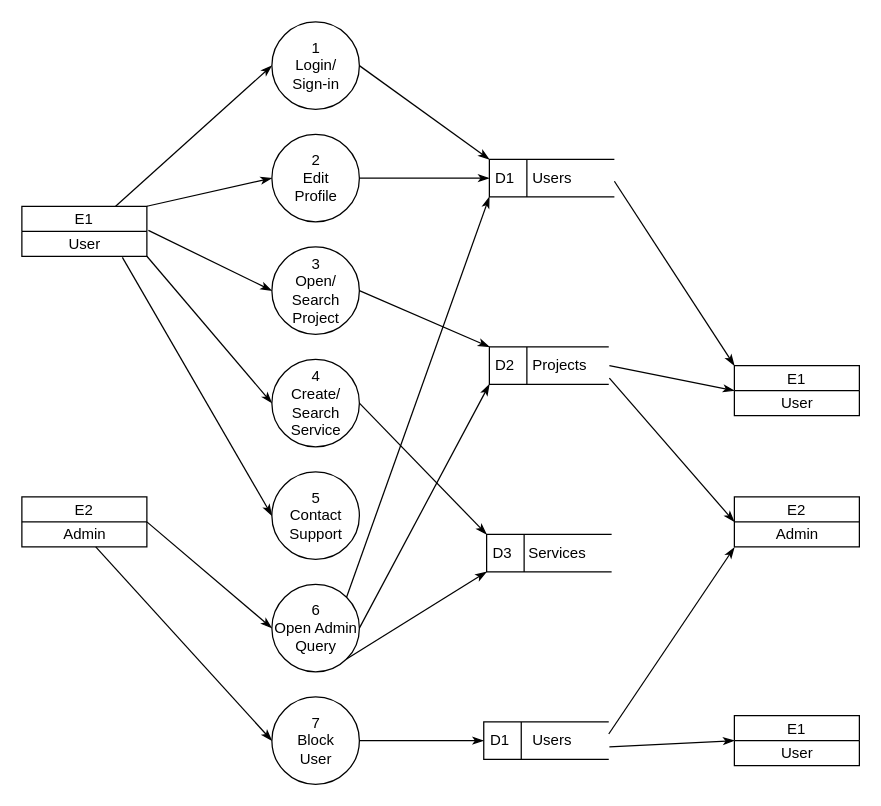
Before: page "DFD" (1 of 4) of SAD Sequence Diagrams.drawio in Itaybarbar/myProject, a draw.io diagram. Source tidied: cells renumbered, new cells numbered last; positions are measured from the earlier drawing's top-left corner, leaving out a move shared by most shapes. Both pictures are drawn from the tidied source at 125%, with x=0, y=0 at pixel (21, 21).
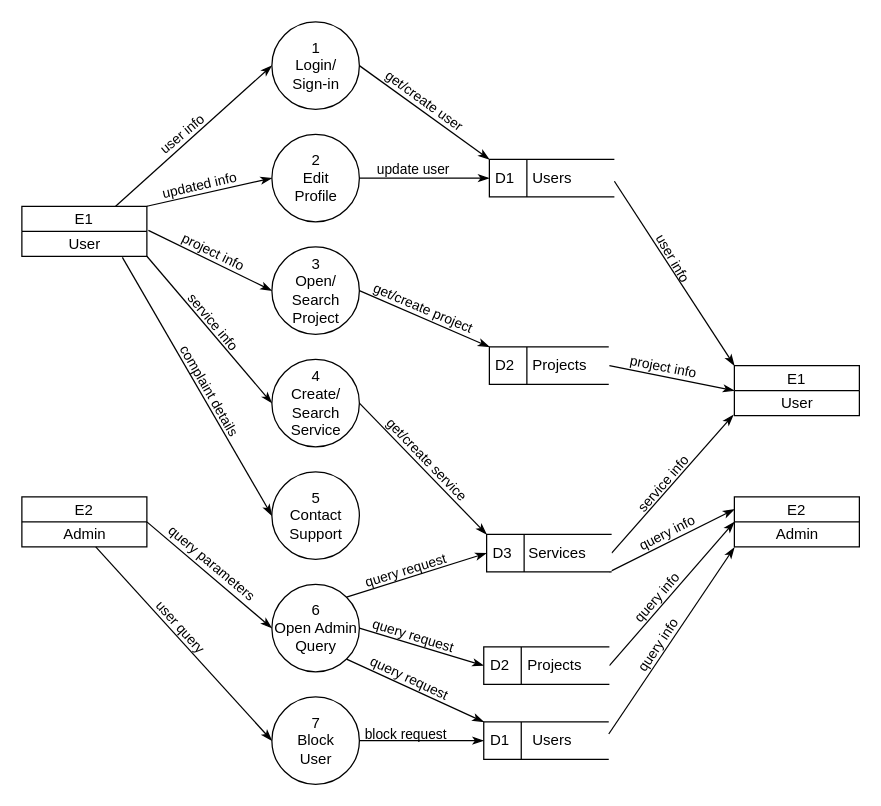
Above is the later version.

The change refers to these unchanged cells:
```xml
<mxCell id="2" value="D1" style="html=1;dashed=0;whitespace=wrap;shape=mxgraph.dfd.dataStoreID;align=left;spacingLeft=3;points=[[0,0],[0.5,0],[1,0],[0,0.5],[1,0.5],[0,1],[0.5,1],[1,1]];" parent="1" vertex="1">
  <mxGeometry x="374" y="110" width="100" height="30" as="geometry" />
</mxCell>
<mxCell id="3" value="D2" style="html=1;dashed=0;whitespace=wrap;shape=mxgraph.dfd.dataStoreID;align=left;spacingLeft=3;points=[[0,0],[0.5,0],[1,0],[0,0.5],[1,0.5],[0,1],[0.5,1],[1,1]];" parent="1" vertex="1">
  <mxGeometry x="374" y="260" width="95.5" height="30" as="geometry" />
</mxCell>
<mxCell id="4" value="D3" style="html=1;dashed=0;whitespace=wrap;shape=mxgraph.dfd.dataStoreID;align=left;spacingLeft=3;points=[[0,0],[0.5,0],[1,0],[0,0.5],[1,0.5],[0,1],[0.5,1],[1,1]];" parent="1" vertex="1">
  <mxGeometry x="371.8" y="410" width="100" height="30" as="geometry" />
</mxCell>
<mxCell id="16" value="6&lt;br&gt;Open Admin &lt;br&gt;Query" style="shape=ellipse;html=1;dashed=0;whitespace=wrap;perimeter=ellipsePerimeter;" parent="1" vertex="1">
  <mxGeometry x="200" y="450" width="70" height="70" as="geometry" />
</mxCell>
<mxCell id="19" value="User" style="text;html=1;align=center;verticalAlign=middle;points=[];strokeColor=none;fillColor=none;" parent="18" vertex="1">
  <mxGeometry y="20" width="100" height="20" as="geometry" />
</mxCell>
<mxCell id="20" value="E2" style="swimlane;fontStyle=0;horizontal=1;startSize=20;fillColor=#ffffff;swimlaneFillColor=#ffffff;" parent="1" vertex="1">
  <mxGeometry x="570" y="380" width="100" height="40" as="geometry" />
</mxCell>
<mxCell id="23" style="endArrow=classicThin;html=1;rounded=0;labelBackgroundColor=none;endSize=6;endFill=1;jumpSize=6;exitX=0.75;exitY=0;exitDx=0;exitDy=0;entryX=0;entryY=0.5;entryDx=0;entryDy=0;" parent="1" edge="1" source="5" target="9">
  <mxGeometry relative="1" as="geometry" />
</mxCell>
<mxCell id="36" value="D1" style="html=1;dashed=0;whitespace=wrap;shape=mxgraph.dfd.dataStoreID;align=left;spacingLeft=3;points=[[0,0],[0.5,0],[1,0],[0,0.5],[1,0.5],[0,1],[0.5,1],[1,1]];" parent="1" vertex="1">
  <mxGeometry x="369.5" y="560" width="100" height="30" as="geometry" />
</mxCell>
```

What changed in the source:
```diff
@@
+    <mxCell id="47" style="rounded=0;orthogonalLoop=1;jettySize=auto;html=1;fontSize=11;labelBackgroundColor=none;endArrow=classicThin;endSize=6;endFill=1;" parent="1" edge="1">
+      <mxGeometry relative="1" as="geometry">
+        <mxPoint x="470" y="440" as="sourcePoint" />
+        <mxPoint x="570" y="390" as="targetPoint" />
+      </mxGeometry>
+    </mxCell>
+    <mxCell id="48" style="edgeStyle=none;rounded=0;jettySize=auto;html=1;exitX=1;exitY=0.5;exitDx=0;exitDy=0;entryX=-0.008;entryY=0.97;entryDx=0;entryDy=0;entryPerimeter=0;fontSize=11;labelBackgroundColor=none;endArrow=classicThin;endSize=6;endFill=1;" parent="1" edge="1" source="4" target="19">
+      <mxGeometry relative="1" as="geometry" />
+    </mxCell>
@@
+    <mxCell id="49" value="user info" style="edgeLabel;html=1;align=center;verticalAlign=middle;rotation=-40;labelBackgroundColor=none;" parent="23" vertex="1">
+      <mxGeometry x="-0.18" y="-2" relative="1" as="geometry">
+        <mxPoint y="-13" as="offset" />
+      </mxGeometry>
+    </mxCell>
@@
-    <mxCell id="34" value="E1" style="swimlane;fontStyle=0;horizontal=1;startSize=20;fillColor=#ffffff;swimlaneFillColor=#ffffff;" parent="1" vertex="1">
-      <mxGeometry x="570" y="555" width="100" height="40" as="geometry" />
-    </mxCell>
-    <mxCell id="35" value="User" style="text;html=1;align=center;verticalAlign=middle;strokeColor=none;fillColor=none;" parent="34" vertex="1">
-      <mxGeometry y="20" width="100" height="20" as="geometry" />
-    </mxCell>
@@
-    <mxCell id="39" style="endArrow=classicThin;html=1;rounded=0;labelBackgroundColor=none;endSize=6;endFill=1;jumpSize=6;entryX=0;entryY=0.5;entryDx=0;entryDy=0;" parent="1" edge="1" target="34">
-      <mxGeometry relative="1" as="geometry">
-        <mxPoint x="470" y="580" as="sourcePoint" />
-      </mxGeometry>
-    </mxCell>
-    <mxCell id="40" style="endArrow=classicThin;html=1;rounded=0;labelBackgroundColor=none;endSize=6;endFill=1;jumpSize=6;entryX=0;entryY=1;entryDx=0;entryDy=0;exitX=1;exitY=1;exitDx=0;exitDy=0;" parent="1" edge="1" source="16" target="4">
+    <mxCell id="40" style="endArrow=classicThin;html=1;rounded=0;labelBackgroundColor=none;endSize=6;endFill=1;jumpSize=6;entryX=0;entryY=0;entryDx=0;entryDy=0;exitX=1;exitY=1;exitDx=0;exitDy=0;" parent="1" edge="1" source="16" target="36">
       <mxGeometry relative="1" as="geometry" />
     </mxCell>
-    <mxCell id="41" style="endArrow=classicThin;html=1;rounded=0;labelBackgroundColor=none;endSize=6;endFill=1;jumpSize=6;entryX=0;entryY=1;entryDx=0;entryDy=0;exitX=1;exitY=0.5;exitDx=0;exitDy=0;" parent="1" edge="1" source="16" target="3">
+    <mxCell id="41" style="endArrow=classicThin;html=1;rounded=0;labelBackgroundColor=none;endSize=6;endFill=1;jumpSize=6;entryX=0;entryY=0.5;entryDx=0;entryDy=0;exitX=1;exitY=0.5;exitDx=0;exitDy=0;" parent="1" edge="1" source="16" target="59">
       <mxGeometry relative="1" as="geometry" />
     </mxCell>
-    <mxCell id="42" style="endArrow=classicThin;html=1;rounded=0;labelBackgroundColor=none;endSize=6;endFill=1;jumpSize=6;entryX=0;entryY=1;entryDx=0;entryDy=0;exitX=1;exitY=0;exitDx=0;exitDy=0;" parent="1" edge="1" source="16" target="2">
+    <mxCell id="42" style="endArrow=classicThin;html=1;rounded=0;labelBackgroundColor=none;endSize=6;endFill=1;jumpSize=6;entryX=0;entryY=0.5;entryDx=0;entryDy=0;exitX=1;exitY=0;exitDx=0;exitDy=0;" parent="1" edge="1" source="16" target="4">
       <mxGeometry relative="1" as="geometry" />
     </mxCell>
@@
-    <mxCell id="44" style="endArrow=classicThin;html=1;rounded=0;labelBackgroundColor=none;endSize=6;endFill=1;jumpSize=6;entryX=0;entryY=0.5;entryDx=0;entryDy=0;" parent="1" edge="1" target="20">
-      <mxGeometry relative="1" as="geometry">
-        <mxPoint x="470" y="285" as="sourcePoint" />
-      </mxGeometry>
+    <mxCell id="44" style="endArrow=classicThin;html=1;rounded=0;labelBackgroundColor=none;endSize=6;endFill=1;jumpSize=6;entryX=0;entryY=0.5;entryDx=0;entryDy=0;exitX=1;exitY=0.5;exitDx=0;exitDy=0;" parent="1" edge="1" source="59" target="20">
+      <mxGeometry relative="1" as="geometry" />
     </mxCell>
@@
+    <mxCell id="50" value="updated info" style="text;html=1;align=center;verticalAlign=middle;strokeColor=none;fillColor=none;fontSize=11;rotation=347;" parent="1" vertex="1">
+      <mxGeometry x="102" y="121" width="80" height="20" as="geometry" />
+    </mxCell>
+    <mxCell id="51" value="project info" style="text;html=1;align=center;verticalAlign=middle;strokeColor=none;fillColor=none;fontSize=11;rotation=26;" parent="1" vertex="1">
+      <mxGeometry x="118" y="174" width="70" height="20" as="geometry" />
+    </mxCell>
+    <mxCell id="52" value="service info" style="text;html=1;align=center;verticalAlign=middle;strokeColor=none;fillColor=none;fontSize=11;rotation=50;" parent="1" vertex="1">
+      <mxGeometry x="118" y="230" width="70" height="20" as="geometry" />
+    </mxCell>
+    <mxCell id="53" value="complaint details" style="text;html=1;align=center;verticalAlign=middle;strokeColor=none;fillColor=none;fontSize=11;rotation=60;" parent="1" vertex="1">
+      <mxGeometry x="100" y="285" width="100" height="20" as="geometry" />
+    </mxCell>
+    <mxCell id="54" value="query parameters" style="text;html=1;align=center;verticalAlign=middle;strokeColor=none;fillColor=none;fontSize=11;rotation=40;" parent="1" vertex="1">
+      <mxGeometry x="102" y="423" width="100" height="20" as="geometry" />
+    </mxCell>
+    <mxCell id="55" value="user query" style="text;html=1;align=center;verticalAlign=middle;strokeColor=none;fillColor=none;fontSize=11;rotation=48;" parent="1" vertex="1">
+      <mxGeometry x="92" y="474" width="70" height="20" as="geometry" />
+    </mxCell>
+    <mxCell id="56" value="get/create user" style="text;html=1;align=center;verticalAlign=middle;strokeColor=none;fillColor=none;fontSize=11;rotation=36;" parent="1" vertex="1">
+      <mxGeometry x="277" y="53" width="90" height="20" as="geometry" />
+    </mxCell>
+    <mxCell id="57" value="update user" style="text;html=1;align=center;verticalAlign=middle;strokeColor=none;fillColor=none;fontSize=11;" parent="1" vertex="1">
+      <mxGeometry x="278" y="108" width="70" height="20" as="geometry" />
+    </mxCell>
+    <mxCell id="58" value="get/create project" style="text;html=1;align=center;verticalAlign=middle;strokeColor=none;fillColor=none;fontSize=11;rotation=23;" parent="1" vertex="1">
+      <mxGeometry x="271" y="219" width="100" height="20" as="geometry" />
+    </mxCell>
+    <mxCell id="59" value="D2" style="html=1;dashed=0;whitespace=wrap;shape=mxgraph.dfd.dataStoreID;align=left;spacingLeft=3;points=[[0,0],[0.5,0],[1,0],[0,0.5],[1,0.5],[0,1],[0.5,1],[1,1]];" parent="1" vertex="1">
+      <mxGeometry x="369.5" y="500" width="100.5" height="30" as="geometry" />
+    </mxCell>
+    <mxCell id="60" value="Projects" style="text;html=1;align=center;verticalAlign=middle;strokeColor=none;fillColor=none;" parent="1" vertex="1">
+      <mxGeometry x="395.5" y="505" width="60" height="20" as="geometry" />
+    </mxCell>
+    <mxCell id="61" value="get/create service" style="text;html=1;align=center;verticalAlign=middle;strokeColor=none;fillColor=none;fontSize=11;rotation=46;" parent="1" vertex="1">
+      <mxGeometry x="274" y="340" width="100" height="20" as="geometry" />
+    </mxCell>
+    <mxCell id="62" value="query request" style="text;html=1;align=center;verticalAlign=middle;strokeColor=none;fillColor=none;fontSize=11;rotation=343;" parent="1" vertex="1">
+      <mxGeometry x="267" y="429" width="80" height="20" as="geometry" />
+    </mxCell>
+    <mxCell id="63" value="query request" style="text;html=1;align=center;verticalAlign=middle;strokeColor=none;fillColor=none;fontSize=11;rotation=17;" parent="1" vertex="1">
+      <mxGeometry x="273" y="481" width="80" height="20" as="geometry" />
+    </mxCell>
+    <mxCell id="64" value="query request" style="text;html=1;align=center;verticalAlign=middle;strokeColor=none;fillColor=none;fontSize=11;rotation=25;" parent="1" vertex="1">
+      <mxGeometry x="270" y="515" width="80" height="20" as="geometry" />
+    </mxCell>
+    <mxCell id="65" value="block request" style="text;html=1;align=center;verticalAlign=middle;strokeColor=none;fillColor=none;fontSize=11;" parent="1" vertex="1">
+      <mxGeometry x="267" y="560" width="80" height="20" as="geometry" />
+    </mxCell>
+    <mxCell id="66" value="query info" style="text;html=1;align=center;verticalAlign=middle;strokeColor=none;fillColor=none;fontSize=11;rotation=333;" parent="1" vertex="1">
+      <mxGeometry x="486" y="399" width="60" height="20" as="geometry" />
+    </mxCell>
+    <mxCell id="67" value="query info" style="text;html=1;align=center;verticalAlign=middle;strokeColor=none;fillColor=none;fontSize=11;rotation=311;" parent="1" vertex="1">
+      <mxGeometry x="478" y="451" width="60" height="20" as="geometry" />
+    </mxCell>
+    <mxCell id="68" value="query info" style="text;html=1;align=center;verticalAlign=middle;strokeColor=none;fillColor=none;fontSize=11;rotation=304;" parent="1" vertex="1">
+      <mxGeometry x="479" y="489" width="60" height="20" as="geometry" />
+    </mxCell>
+    <mxCell id="69" value="user info" style="text;html=1;align=center;verticalAlign=middle;strokeColor=none;fillColor=none;fontSize=11;rotation=60;" parent="1" vertex="1">
+      <mxGeometry x="491" y="179" width="60" height="20" as="geometry" />
+    </mxCell>
+    <mxCell id="70" value="project info" style="text;html=1;align=center;verticalAlign=middle;strokeColor=none;fillColor=none;fontSize=11;rotation=11;" parent="1" vertex="1">
+      <mxGeometry x="478" y="266" width="70" height="20" as="geometry" />
+    </mxCell>
+    <mxCell id="71" value="service info" style="text;html=1;align=center;verticalAlign=middle;strokeColor=none;fillColor=none;fontSize=11;rotation=311;" parent="1" vertex="1">
+      <mxGeometry x="478" y="360" width="70" height="20" as="geometry" />
+    </mxCell>
```
